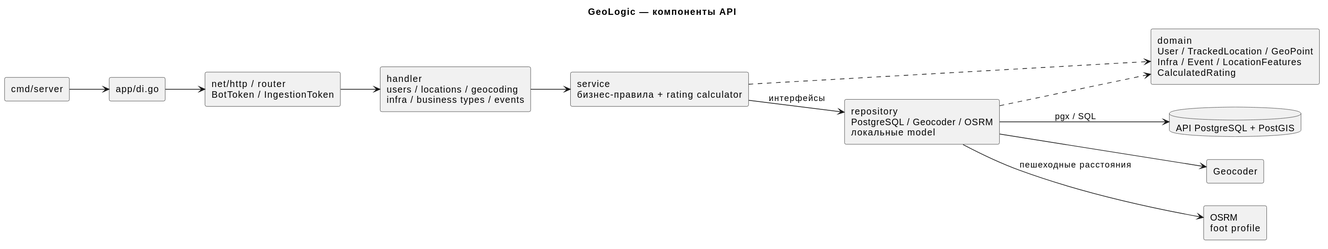
kotafan1rich/GeoLogic-Monitor keeps this PlantUML diagram as docs/diagrams/rendered/c4-components.svg. Above is the earlier version.
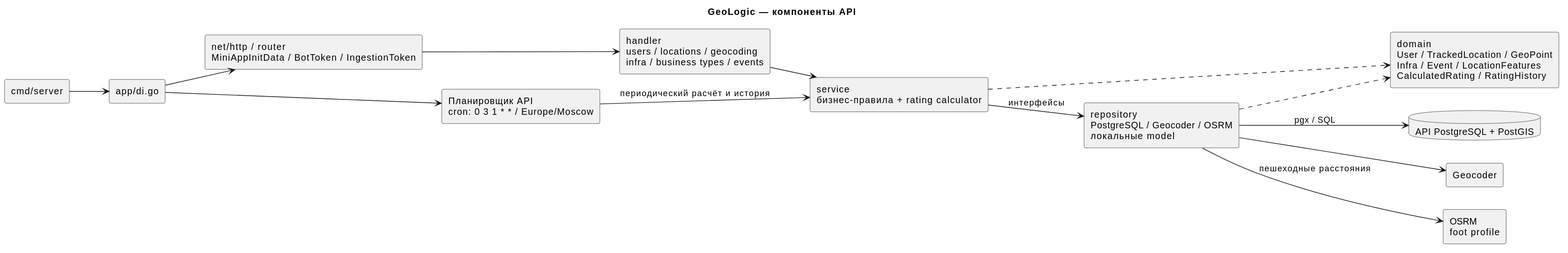
After the change.

Change to the diagram source:
```diff
@@ -5,15 +5,18 @@
 skinparam shadowing false
 rectangle "cmd/server" as main
 rectangle "app/di.go" as di
-rectangle "net/http / router\nBotToken / IngestionToken" as server
+rectangle "net/http / router\nMiniAppInitData / BotToken / IngestionToken" as server
 rectangle "handler\nusers / locations / geocoding\ninfra / business types / events" as handler
 rectangle "service\nбизнес-правила + rating calculator" as service
 rectangle "repository\nPostgreSQL / Geocoder / OSRM\nлокальные model" as repo
-rectangle "domain\nUser / TrackedLocation / GeoPoint\nInfra / Event / LocationFeatures\nCalculatedRating" as domain
+rectangle "domain\nUser / TrackedLocation / GeoPoint\nInfra / Event / LocationFeatures\nCalculatedRating / RatingHistory" as domain
 database "API PostgreSQL + PostGIS" as db
+rectangle "Планировщик API\ncron: 0 3 1 * * / Europe/Moscow" as scheduler
 rectangle Geocoder as geo
 rectangle "OSRM\nfoot profile" as osrm
 main --> di
+di --> scheduler
+scheduler --> service : периодический расчёт и история
 di --> server
 server --> handler
 handler --> service
```
